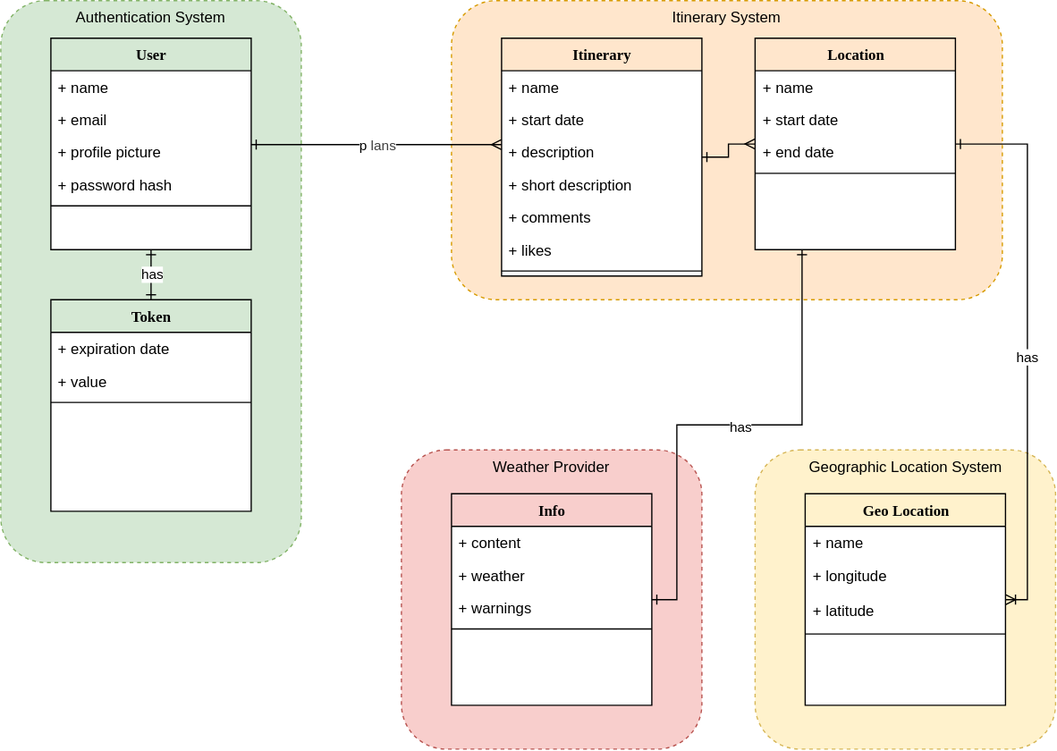
Before: docs/domain-model.drawio.svg, a diagram exported from draw.io (CloudAppDevProject/CloudAppDev). Source tidied: cells renumbered, new cells last; positions are measured from the earlier drawing's top-left corner, leaving out a move shared by most shapes. Source of this version:
```xml
<mxGraphModel>
  <root>
    <mxCell id="0" />
    <mxCell id="1" parent="0" />
    <mxCell id="2" value="Authentication System" style="rounded=1;whiteSpace=wrap;html=1;fillColor=#d5e8d4;dashed=1;verticalAlign=top;strokeColor=#82b366;" parent="1" vertex="1">
      <mxGeometry width="240" height="449" as="geometry" />
    </mxCell>
    <mxCell id="3" value="Itinerary System" style="rounded=1;whiteSpace=wrap;html=1;fillColor=#ffe6cc;dashed=1;verticalAlign=top;strokeColor=#d79b00;" parent="1" vertex="1">
      <mxGeometry x="360" width="440" height="239" as="geometry" />
    </mxCell>
    <mxCell id="4" value="User" style="swimlane;html=1;fontStyle=1;align=center;verticalAlign=top;horizontal=1;startSize=26;swimlaneFillColor=#ffffff;rounded=0;shadow=0;comic=0;labelBackgroundColor=none;strokeWidth=1;fillColor=none;fontFamily=Verdana;fontSize=12;" parent="1" vertex="1">
      <mxGeometry x="40" y="30" width="160" height="169" as="geometry" />
    </mxCell>
    <mxCell id="5" value="+ name" style="text;html=1;strokeColor=none;fillColor=none;align=left;verticalAlign=top;spacingLeft=4;spacingRight=4;whiteSpace=wrap;overflow=hidden;" parent="4" vertex="1">
      <mxGeometry y="26" width="160" height="26" as="geometry" />
    </mxCell>
    <mxCell id="6" value="+ email" style="text;html=1;strokeColor=none;fillColor=none;align=left;verticalAlign=top;spacingLeft=4;spacingRight=4;whiteSpace=wrap;overflow=hidden;" parent="4" vertex="1">
      <mxGeometry y="52" width="160" height="26" as="geometry" />
    </mxCell>
    <mxCell id="7" value="+ profile picture" style="text;html=1;strokeColor=none;fillColor=none;align=left;verticalAlign=top;spacingLeft=4;spacingRight=4;whiteSpace=wrap;overflow=hidden;points=[[0,0.5],[1,0.5]];portConstraint=eastwest;" parent="4" vertex="1">
      <mxGeometry y="78" width="160" height="26" as="geometry" />
    </mxCell>
    <mxCell id="8" value="+ password hash" style="text;html=1;strokeColor=none;fillColor=none;align=left;verticalAlign=top;spacingLeft=4;spacingRight=4;whiteSpace=wrap;overflow=hidden;" parent="4" vertex="1">
      <mxGeometry y="104" width="160" height="26" as="geometry" />
    </mxCell>
    <mxCell id="9" style="line;html=1;strokeWidth=1;fillColor=none;align=left;verticalAlign=middle;spacingTop=-1;spacingLeft=3;spacingRight=3;labelPosition=right;" parent="4" vertex="1">
      <mxGeometry y="130" width="160" height="8" as="geometry" />
    </mxCell>
    <mxCell id="10" style="edgeStyle=orthogonalEdgeStyle;rounded=0;jettySize=auto;html=1;startArrow=ERone;startFill=0;endArrow=ERmany;endFill=0;" parent="1" edge="1" source="11" target="19">
      <mxGeometry relative="1" as="geometry" />
    </mxCell>
    <mxCell id="11" value="Itinerary" style="swimlane;html=1;fontStyle=1;align=center;verticalAlign=top;horizontal=1;startSize=26;swimlaneFillColor=#ffffff;rounded=0;shadow=0;comic=0;labelBackgroundColor=none;strokeWidth=1;fillColor=none;fontFamily=Verdana;fontSize=12;" parent="1" vertex="1">
      <mxGeometry x="400" y="30" width="160" height="190" as="geometry" />
    </mxCell>
    <mxCell id="12" value="+ name" style="text;html=1;strokeColor=none;fillColor=none;align=left;verticalAlign=top;spacingLeft=4;spacingRight=4;whiteSpace=wrap;overflow=hidden;" parent="11" vertex="1">
      <mxGeometry y="26" width="160" height="26" as="geometry" />
    </mxCell>
    <mxCell id="13" value="+ start date" style="text;html=1;strokeColor=none;fillColor=none;align=left;verticalAlign=top;spacingLeft=4;spacingRight=4;whiteSpace=wrap;overflow=hidden;" parent="11" vertex="1">
      <mxGeometry y="52" width="160" height="26" as="geometry" />
    </mxCell>
    <mxCell id="14" value="+ description" style="text;html=1;strokeColor=none;fillColor=none;align=left;verticalAlign=top;spacingLeft=4;spacingRight=4;whiteSpace=wrap;overflow=hidden;" parent="11" vertex="1">
      <mxGeometry y="78" width="160" height="26" as="geometry" />
    </mxCell>
    <mxCell id="15" value="+ short description" style="text;html=1;strokeColor=none;fillColor=none;align=left;verticalAlign=top;spacingLeft=4;spacingRight=4;whiteSpace=wrap;overflow=hidden;" parent="11" vertex="1">
      <mxGeometry y="104" width="160" height="26" as="geometry" />
    </mxCell>
    <mxCell id="16" value="+ comments" style="text;html=1;strokeColor=none;fillColor=none;align=left;verticalAlign=top;spacingLeft=4;spacingRight=4;whiteSpace=wrap;overflow=hidden;" parent="11" vertex="1">
      <mxGeometry y="130" width="160" height="26" as="geometry" />
    </mxCell>
    <mxCell id="17" value="+ likes" style="text;html=1;strokeColor=none;fillColor=none;align=left;verticalAlign=top;spacingLeft=4;spacingRight=4;whiteSpace=wrap;overflow=hidden;" parent="11" vertex="1">
      <mxGeometry y="156" width="160" height="26" as="geometry" />
    </mxCell>
    <mxCell id="18" style="line;html=1;strokeWidth=1;fillColor=none;align=left;verticalAlign=middle;spacingTop=-1;spacingLeft=3;spacingRight=3;labelPosition=right;" parent="11" vertex="1">
      <mxGeometry y="182" width="160" height="8" as="geometry" />
    </mxCell>
    <mxCell id="19" value="Location" style="swimlane;html=1;fontStyle=1;align=center;verticalAlign=top;horizontal=1;startSize=26;swimlaneFillColor=#ffffff;rounded=0;shadow=0;comic=0;labelBackgroundColor=none;strokeWidth=1;fillColor=none;fontFamily=Verdana;fontSize=12;" parent="1" vertex="1">
      <mxGeometry x="602.5" y="30" width="160" height="169" as="geometry" />
    </mxCell>
    <mxCell id="20" value="+ name&lt;span style=&quot;color: rgba(0, 0, 0, 0); font-family: monospace; font-size: 0px; text-wrap-mode: nowrap;&quot;&gt;%3CmxGraphModel%3E%3Croot%3E%3CmxCell%20id%3D%220%22%2F%3E%3CmxCell%20id%3D%221%22%20parent%3D%220%22%2F%3E%3CmxCell%20id%3D%222%22%20value%3D%22Authentication%20system%22%20style%3D%22rounded%3D1%3BwhiteSpace%3Dwrap%3Bhtml%3D1%3BfillColor%3Dnone%3Bdashed%3D1%3BverticalAlign%3Dtop%3B%22%20vertex%3D%221%22%20parent%3D%221%22%3E%3CmxGeometry%20x%3D%2230%22%20y%3D%2251%22%20width%3D%22290%22%20height%3D%22309%22%20as%3D%22geometry%22%2F%3E%3C%2FmxCell%3E%3C%2Froot%3E%3C%2FmxGraphModel%3E: string: string&lt;/span&gt;" style="text;html=1;strokeColor=none;fillColor=none;align=left;verticalAlign=top;spacingLeft=4;spacingRight=4;whiteSpace=wrap;overflow=hidden;" parent="19" vertex="1">
      <mxGeometry y="26" width="160" height="26" as="geometry" />
    </mxCell>
    <mxCell id="21" value="+ start date" style="text;html=1;strokeColor=none;fillColor=none;align=left;verticalAlign=top;spacingLeft=4;spacingRight=4;whiteSpace=wrap;overflow=hidden;" parent="19" vertex="1">
      <mxGeometry y="52" width="160" height="26" as="geometry" />
    </mxCell>
    <mxCell id="22" value="+ end date" style="text;html=1;strokeColor=none;fillColor=none;align=left;verticalAlign=top;spacingLeft=4;spacingRight=4;whiteSpace=wrap;overflow=hidden;" parent="19" vertex="1">
      <mxGeometry y="78" width="160" height="26" as="geometry" />
    </mxCell>
    <mxCell id="23" style="line;html=1;strokeWidth=1;fillColor=none;align=left;verticalAlign=middle;spacingTop=-1;spacingLeft=3;spacingRight=3;labelPosition=right;" parent="19" vertex="1">
      <mxGeometry y="104" width="160" height="8" as="geometry" />
    </mxCell>
    <mxCell id="24" value="Weather Provider" style="rounded=1;whiteSpace=wrap;html=1;fillColor=#f8cecc;dashed=1;verticalAlign=top;strokeColor=#b85450;" parent="1" vertex="1">
      <mxGeometry x="320" y="359" width="240" height="239" as="geometry" />
    </mxCell>
    <mxCell id="25" style="edgeStyle=orthogonalEdgeStyle;rounded=0;jettySize=auto;html=1;startArrow=ERone;startFill=0;endArrow=ERone;endFill=0;" parent="1" edge="1" source="27" target="19">
      <mxGeometry relative="1" as="geometry">
        <Array as="points">
          <mxPoint x="540" y="479" />
          <mxPoint x="540" y="339" />
          <mxPoint x="640" y="339" />
        </Array>
      </mxGeometry>
    </mxCell>
    <mxCell id="26" value="has" style="edgeLabel;html=1;align=center;verticalAlign=middle;" parent="25" vertex="1">
      <mxGeometry x="0.58" y="2" relative="1" as="geometry">
        <mxPoint x="-48" y="56" as="offset" />
      </mxGeometry>
    </mxCell>
    <mxCell id="27" value="Info" style="swimlane;html=1;fontStyle=1;align=center;verticalAlign=top;horizontal=1;startSize=26;swimlaneFillColor=#ffffff;rounded=0;shadow=0;comic=0;labelBackgroundColor=none;strokeWidth=1;fillColor=none;fontFamily=Verdana;fontSize=12;" parent="1" vertex="1">
      <mxGeometry x="360" y="394" width="160" height="169" as="geometry" />
    </mxCell>
    <mxCell id="28" value="+ content" style="text;html=1;strokeColor=none;fillColor=none;align=left;verticalAlign=top;spacingLeft=4;spacingRight=4;whiteSpace=wrap;overflow=hidden;" parent="27" vertex="1">
      <mxGeometry y="26" width="160" height="26" as="geometry" />
    </mxCell>
    <mxCell id="29" value="+ weather" style="text;html=1;strokeColor=none;fillColor=none;align=left;verticalAlign=top;spacingLeft=4;spacingRight=4;whiteSpace=wrap;overflow=hidden;" parent="27" vertex="1">
      <mxGeometry y="52" width="160" height="26" as="geometry" />
    </mxCell>
    <mxCell id="30" value="+ warnings" style="text;html=1;strokeColor=none;fillColor=none;align=left;verticalAlign=top;spacingLeft=4;spacingRight=4;whiteSpace=wrap;overflow=hidden;" parent="27" vertex="1">
      <mxGeometry y="78" width="160" height="26" as="geometry" />
    </mxCell>
    <mxCell id="31" style="line;html=1;strokeWidth=1;fillColor=none;align=left;verticalAlign=middle;spacingTop=-1;spacingLeft=3;spacingRight=3;labelPosition=right;" parent="27" vertex="1">
      <mxGeometry y="104" width="160" height="8" as="geometry" />
    </mxCell>
    <mxCell id="32" value="Geographic Location System" style="rounded=1;whiteSpace=wrap;html=1;fillColor=#fff2cc;dashed=1;verticalAlign=top;strokeColor=#d6b656;" parent="1" vertex="1">
      <mxGeometry x="602.5" y="359" width="240" height="239" as="geometry" />
    </mxCell>
    <mxCell id="33" value="Geo Location" style="swimlane;html=1;fontStyle=1;align=center;verticalAlign=top;horizontal=1;startSize=26;swimlaneFillColor=#ffffff;rounded=0;shadow=0;comic=0;labelBackgroundColor=none;strokeWidth=1;fillColor=none;fontFamily=Verdana;fontSize=12;" parent="1" vertex="1">
      <mxGeometry x="642.5" y="394" width="160" height="169" as="geometry" />
    </mxCell>
    <mxCell id="34" value="+ name" style="text;html=1;strokeColor=none;fillColor=none;align=left;verticalAlign=top;spacingLeft=4;spacingRight=4;whiteSpace=wrap;overflow=hidden;" parent="33" vertex="1">
      <mxGeometry y="26" width="160" height="26" as="geometry" />
    </mxCell>
    <mxCell id="35" value="+ longitude" style="text;html=1;strokeColor=none;fillColor=none;align=left;verticalAlign=top;spacingLeft=4;spacingRight=4;whiteSpace=wrap;overflow=hidden;" parent="33" vertex="1">
      <mxGeometry y="52" width="160" height="28" as="geometry" />
    </mxCell>
    <mxCell id="36" value="+ latitude" style="text;html=1;strokeColor=none;fillColor=none;align=left;verticalAlign=top;spacingLeft=4;spacingRight=4;whiteSpace=wrap;overflow=hidden;" parent="33" vertex="1">
      <mxGeometry y="80" width="160" height="28" as="geometry" />
    </mxCell>
    <mxCell id="37" style="line;html=1;strokeWidth=1;fillColor=none;align=left;verticalAlign=middle;spacingTop=-1;spacingLeft=3;spacingRight=3;labelPosition=right;" parent="33" vertex="1">
      <mxGeometry y="108" width="160" height="8" as="geometry" />
    </mxCell>
    <mxCell id="38" style="edgeStyle=orthogonalEdgeStyle;rounded=0;jettySize=auto;html=1;startArrow=ERone;startFill=0;endArrow=ERone;endFill=0;" parent="1" edge="1" source="40" target="4">
      <mxGeometry relative="1" as="geometry" />
    </mxCell>
    <mxCell id="39" value="has" style="edgeLabel;html=1;align=center;verticalAlign=middle;" parent="38" vertex="1">
      <mxGeometry x="0.18" y="2" relative="1" as="geometry">
        <mxPoint x="2" y="3" as="offset" />
      </mxGeometry>
    </mxCell>
    <mxCell id="40" value="Token" style="swimlane;html=1;fontStyle=1;align=center;verticalAlign=top;horizontal=1;startSize=26;swimlaneFillColor=#ffffff;rounded=0;shadow=0;comic=0;labelBackgroundColor=none;strokeWidth=1;fillColor=none;fontFamily=Verdana;fontSize=12;" parent="1" vertex="1">
      <mxGeometry x="40" y="239" width="160" height="169" as="geometry" />
    </mxCell>
    <mxCell id="41" value="+ expiration date" style="text;html=1;strokeColor=none;fillColor=none;align=left;verticalAlign=top;spacingLeft=4;spacingRight=4;whiteSpace=wrap;overflow=hidden;" parent="40" vertex="1">
      <mxGeometry y="26" width="160" height="26" as="geometry" />
    </mxCell>
    <mxCell id="42" value="+ value" style="text;html=1;strokeColor=none;fillColor=none;align=left;verticalAlign=top;spacingLeft=4;spacingRight=4;whiteSpace=wrap;overflow=hidden;" parent="40" vertex="1">
      <mxGeometry y="52" width="160" height="26" as="geometry" />
    </mxCell>
    <mxCell id="43" style="line;html=1;strokeWidth=1;fillColor=none;align=left;verticalAlign=middle;spacingTop=-1;spacingLeft=3;spacingRight=3;labelPosition=right;" parent="40" vertex="1">
      <mxGeometry y="78" width="160" height="8" as="geometry" />
    </mxCell>
    <mxCell id="44" style="edgeStyle=orthogonalEdgeStyle;rounded=0;jettySize=auto;html=1;endArrow=ERmany;endFill=0;startArrow=ERone;startFill=0;" parent="1" edge="1" source="7" target="11">
      <mxGeometry relative="1" as="geometry">
        <Array as="points">
          <mxPoint x="250" y="115" />
          <mxPoint x="250" y="115" />
        </Array>
      </mxGeometry>
    </mxCell>
    <mxCell id="45" value="p&lt;span style=&quot;color: rgb(63, 63, 63); background-color: light-dark(#ffffff, var(--ge-dark-color, #121212));&quot;&gt;lans&lt;/span&gt;" style="edgeLabel;html=1;align=center;verticalAlign=middle;" parent="44" vertex="1">
      <mxGeometry x="-0.18" y="4" relative="1" as="geometry">
        <mxPoint x="18" y="4" as="offset" />
      </mxGeometry>
    </mxCell>
    <mxCell id="46" style="edgeStyle=orthogonalEdgeStyle;rounded=0;jettySize=auto;html=1;endArrow=ERoneToMany;endFill=0;startArrow=ERone;startFill=0;" parent="1" edge="1" source="19" target="33">
      <mxGeometry relative="1" as="geometry">
        <Array as="points">
          <mxPoint x="820" y="114.5" />
          <mxPoint x="820" y="478.5" />
        </Array>
      </mxGeometry>
    </mxCell>
    <mxCell id="47" value="has" style="edgeLabel;html=1;align=center;verticalAlign=middle;" parent="46" vertex="1">
      <mxGeometry x="0.04" y="-1" relative="1" as="geometry" />
    </mxCell>
  </root>
</mxGraphModel>
```
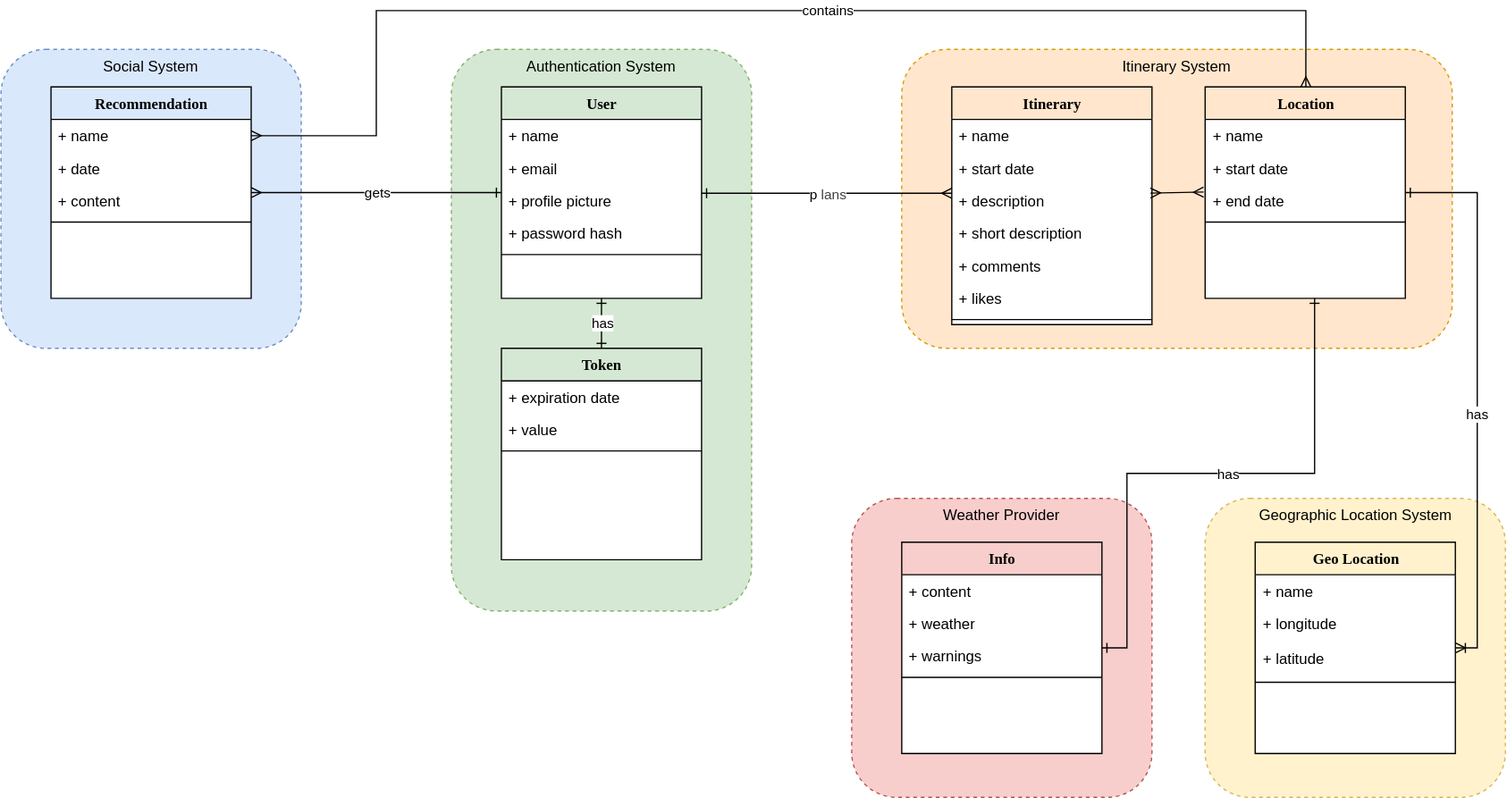
After the change.

Commit message:
feat: extend the diagram for social service

Change to the diagram source:
```diff
@@ -26,9 +26,6 @@
     <mxCell id="9" style="line;html=1;strokeWidth=1;fillColor=none;align=left;verticalAlign=middle;spacingTop=-1;spacingLeft=3;spacingRight=3;labelPosition=right;" parent="4" vertex="1">
       <mxGeometry y="130" width="160" height="8" as="geometry" />
     </mxCell>
-    <mxCell id="10" style="edgeStyle=orthogonalEdgeStyle;rounded=0;jettySize=auto;html=1;startArrow=ERone;startFill=0;endArrow=ERmany;endFill=0;" parent="1" edge="1" source="11" target="19">
-      <mxGeometry relative="1" as="geometry" />
-    </mxCell>
     <mxCell id="11" value="Itinerary" style="swimlane;html=1;fontStyle=1;align=center;verticalAlign=top;horizontal=1;startSize=26;swimlaneFillColor=#ffffff;rounded=0;shadow=0;comic=0;labelBackgroundColor=none;strokeWidth=1;fillColor=none;fontFamily=Verdana;fontSize=12;" parent="1" vertex="1">
       <mxGeometry x="400" y="30" width="160" height="190" as="geometry" />
     </mxCell>
@@ -76,13 +73,13 @@
         <Array as="points">
           <mxPoint x="540" y="479" />
           <mxPoint x="540" y="339" />
-          <mxPoint x="640" y="339" />
+          <mxPoint x="690" y="339" />
         </Array>
       </mxGeometry>
     </mxCell>
     <mxCell id="26" value="has" style="edgeLabel;html=1;align=center;verticalAlign=middle;" parent="25" vertex="1">
       <mxGeometry x="0.58" y="2" relative="1" as="geometry">
-        <mxPoint x="-48" y="56" as="offset" />
+        <mxPoint x="-68" y="45" as="offset" />
       </mxGeometry>
     </mxCell>
     <mxCell id="27" value="Info" style="swimlane;html=1;fontStyle=1;align=center;verticalAlign=top;horizontal=1;startSize=26;swimlaneFillColor=#ffffff;rounded=0;shadow=0;comic=0;labelBackgroundColor=none;strokeWidth=1;fillColor=none;fontFamily=Verdana;fontSize=12;" parent="1" vertex="1">
@@ -160,7 +157,55 @@
       </mxGeometry>
     </mxCell>
     <mxCell id="47" value="has" style="edgeLabel;html=1;align=center;verticalAlign=middle;" parent="46" vertex="1">
-      <mxGeometry x="0.04" y="-1" relative="1" as="geometry" />
+      <mxGeometry x="0.04" y="-1" relative="1" as="geometry">
+        <mxPoint y="6" as="offset" />
+      </mxGeometry>
     </mxCell>
+    <mxCell id="48" value="Social System" style="rounded=1;whiteSpace=wrap;html=1;fillColor=#dae8fc;dashed=1;verticalAlign=top;strokeColor=#6c8ebf;" parent="1" vertex="1">
+      <mxGeometry x="-360" width="240" height="239" as="geometry" />
+    </mxCell>
+    <mxCell id="49" style="edgeStyle=none;html=1;startArrow=ERmany;startFill=0;endArrow=ERone;endFill=0;" parent="1" edge="1" source="53" target="4">
+      <mxGeometry relative="1" as="geometry" />
+    </mxCell>
+    <mxCell id="50" value="gets" style="edgeLabel;html=1;align=center;verticalAlign=middle;" parent="49" vertex="1">
+      <mxGeometry x="0.18" y="1" relative="1" as="geometry">
+        <mxPoint x="-18" y="1" as="offset" />
+      </mxGeometry>
+    </mxCell>
+    <mxCell id="51" style="edgeStyle=orthogonalEdgeStyle;html=1;exitX=1;exitY=0.5;exitDx=0;exitDy=0;rounded=0;curved=0;startArrow=ERmany;startFill=0;endArrow=ERmany;endFill=0;" parent="1" edge="1" source="54" target="19">
+      <mxGeometry relative="1" as="geometry">
+        <Array as="points">
+          <mxPoint x="-60" y="69" />
+          <mxPoint x="-60" y="-31" />
+          <mxPoint x="683" y="-31" />
+        </Array>
+      </mxGeometry>
+    </mxCell>
+    <mxCell id="52" value="contains" style="edgeLabel;html=1;align=center;verticalAlign=middle;" parent="51" vertex="1">
+      <mxGeometry x="0.04" y="1" relative="1" as="geometry">
+        <mxPoint x="40" as="offset" />
+      </mxGeometry>
+    </mxCell>
+    <mxCell id="53" value="Recommendation" style="swimlane;html=1;fontStyle=1;align=center;verticalAlign=top;horizontal=1;startSize=26;swimlaneFillColor=#ffffff;rounded=0;shadow=0;comic=0;labelBackgroundColor=none;strokeWidth=1;fillColor=none;fontFamily=Verdana;fontSize=12;" parent="1" vertex="1">
+      <mxGeometry x="-320" y="30" width="160" height="169" as="geometry" />
+    </mxCell>
+    <mxCell id="54" value="+ name&lt;span style=&quot;color: rgba(0, 0, 0, 0); font-family: monospace; font-size: 0px; text-wrap-mode: nowrap;&quot;&gt;%3CmxGraphModel%3E%3Croot%3E%3CmxCell%20id%3D%220%22%2F%3E%3CmxCell%20id%3D%221%22%20parent%3D%220%22%2F%3E%3CmxCell%20id%3D%222%22%20value%3D%22Authentication%20system%22%20style%3D%22rounded%3D1%3BwhiteSpace%3Dwrap%3Bhtml%3D1%3BfillColor%3Dnone%3Bdashed%3D1%3BverticalAlign%3Dtop%3B%22%20vertex%3D%221%22%20parent%3D%221%22%3E%3CmxGeometry%20x%3D%2230%22%20y%3D%2251%22%20width%3D%22290%22%20height%3D%22309%22%20as%3D%22geometry%22%2F%3E%3C%2FmxCell%3E%3C%2Froot%3E%3C%2FmxGraphModel%3E: string: string&lt;/span&gt;" style="text;html=1;strokeColor=none;fillColor=none;align=left;verticalAlign=top;spacingLeft=4;spacingRight=4;whiteSpace=wrap;overflow=hidden;points=[[0,0.5],[1,0.5]];portConstraint=eastwest;" parent="53" vertex="1">
+      <mxGeometry y="26" width="160" height="26" as="geometry" />
+    </mxCell>
+    <mxCell id="55" value="+ date" style="text;html=1;strokeColor=none;fillColor=none;align=left;verticalAlign=top;spacingLeft=4;spacingRight=4;whiteSpace=wrap;overflow=hidden;" parent="53" vertex="1">
+      <mxGeometry y="52" width="160" height="26" as="geometry" />
+    </mxCell>
+    <mxCell id="56" value="+ content" style="text;html=1;strokeColor=none;fillColor=none;align=left;verticalAlign=top;spacingLeft=4;spacingRight=4;whiteSpace=wrap;overflow=hidden;" parent="53" vertex="1">
+      <mxGeometry y="78" width="160" height="26" as="geometry" />
+    </mxCell>
+    <mxCell id="57" style="line;html=1;strokeWidth=1;fillColor=none;align=left;verticalAlign=middle;spacingTop=-1;spacingLeft=3;spacingRight=3;labelPosition=right;" parent="53" vertex="1">
+      <mxGeometry y="104" width="160" height="8" as="geometry" />
+    </mxCell>
+    <mxCell id="58" style="edgeStyle=none;html=1;startArrow=ERmany;startFill=0;endArrow=ERmany;endFill=0;" parent="1" edge="1">
+      <mxGeometry relative="1" as="geometry">
+        <mxPoint x="601.2" y="114.1" as="sourcePoint" />
+        <mxPoint x="558.8" y="114.9" as="targetPoint" />
+      </mxGeometry>
+    </mxCell>
   </root>
 </mxGraphModel>
```
